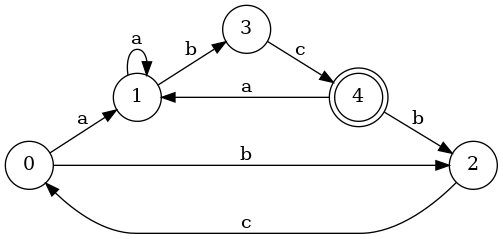
x6x4/LAB2_URGENCY keeps this Graphviz diagram as dfa_output.png. Above is the earlier version. Its source is kept beside it as dfa_output.dot.
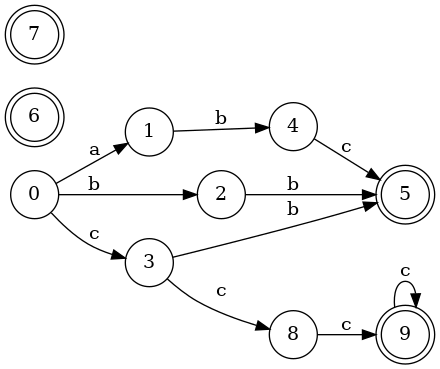
Above is the later version.

Diff of the diagram source:
```diff
@@ -3,11 +3,16 @@
 node [shape=circle];
 0 -> 1 [label="a"];
 0 -> 2 [label="b"];
-1 -> 1 [label="a"];
-1 -> 3 [label="b"];
-2 -> 0 [label="c"];
-3 -> 4 [label="c"];
-4 -> 1 [label="a"];
-4 -> 2 [label="b"];
-4[label="4"shape=doublecircle];
+0 -> 3 [label="c"];
+1 -> 4 [label="b"];
+2 -> 5 [label="b"];
+3 -> 5 [label="b"];
+3 -> 8 [label="c"];
+4 -> 5 [label="c"];
+8 -> 9 [label="c"];
+9 -> 9 [label="c"];
+5[label="5"shape=doublecircle];
+6[label="6"shape=doublecircle];
+7[label="7"shape=doublecircle];
+9[label="9"shape=doublecircle];
 }
```
